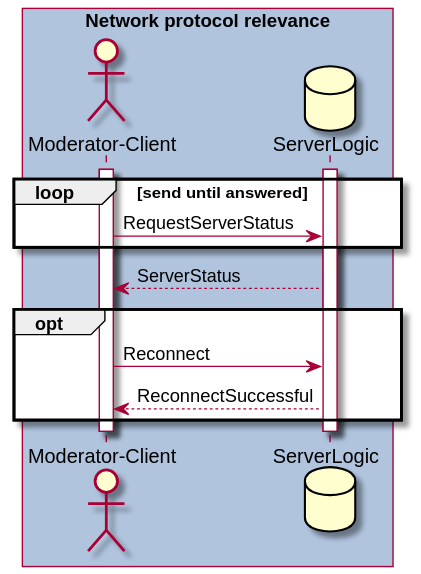
This is Docs/Technical Specifications/docs/diagrams/network-diagrams/player-reconnect.svg from Brotenko/QualityQuest, a PlantUML export, as it was before one commit. Its diagram source:
```plantuml
@startuml

box "Network protocol relevance" #LightSteelBlue
actor "Moderator-Client" as m order 1
database "ServerLogic" as s order 2
end box



activate m
activate s

loop send until answered
    m -> s: RequestServerStatus
end

s --> m: ServerStatus

opt
    m -> s: Reconnect
    s --> m: ReconnectSuccessful
end


@enduml
```
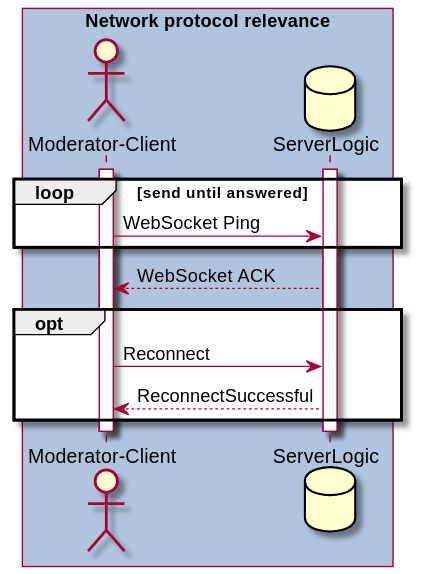
The same file after the commit.

Change to the diagram source:
```diff
@@ -11,10 +11,10 @@
 activate s
 
 loop send until answered
-    m -> s: RequestServerStatus
+    m -> s: WebSocket Ping
 end
 
-s --> m: ServerStatus
+s --> m: WebSocket ACK
 
 opt
     m -> s: Reconnect
```
